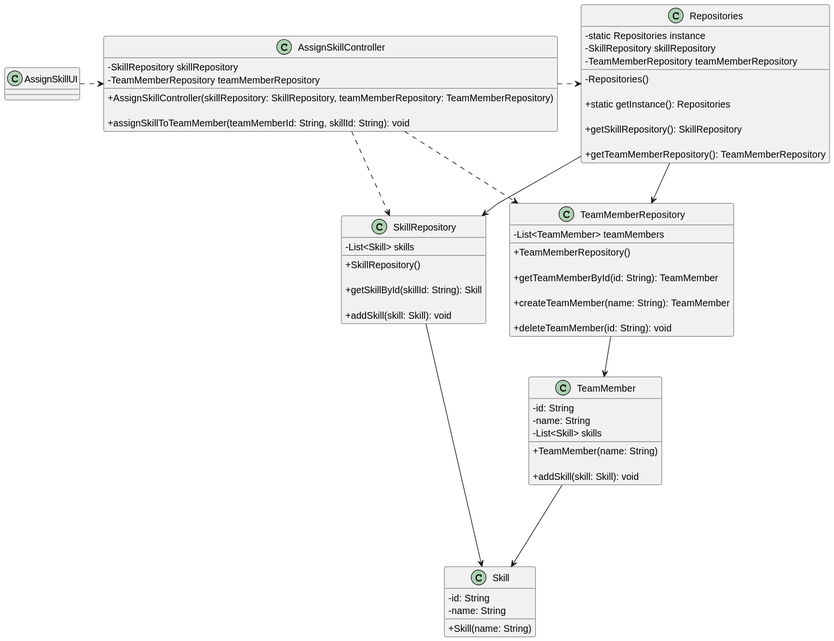
Above: docs/sprintC/us004/03.design/svg/us004-class-diagram.svg in Mendoncaa/LAPR2 (PlantUML), before the change.
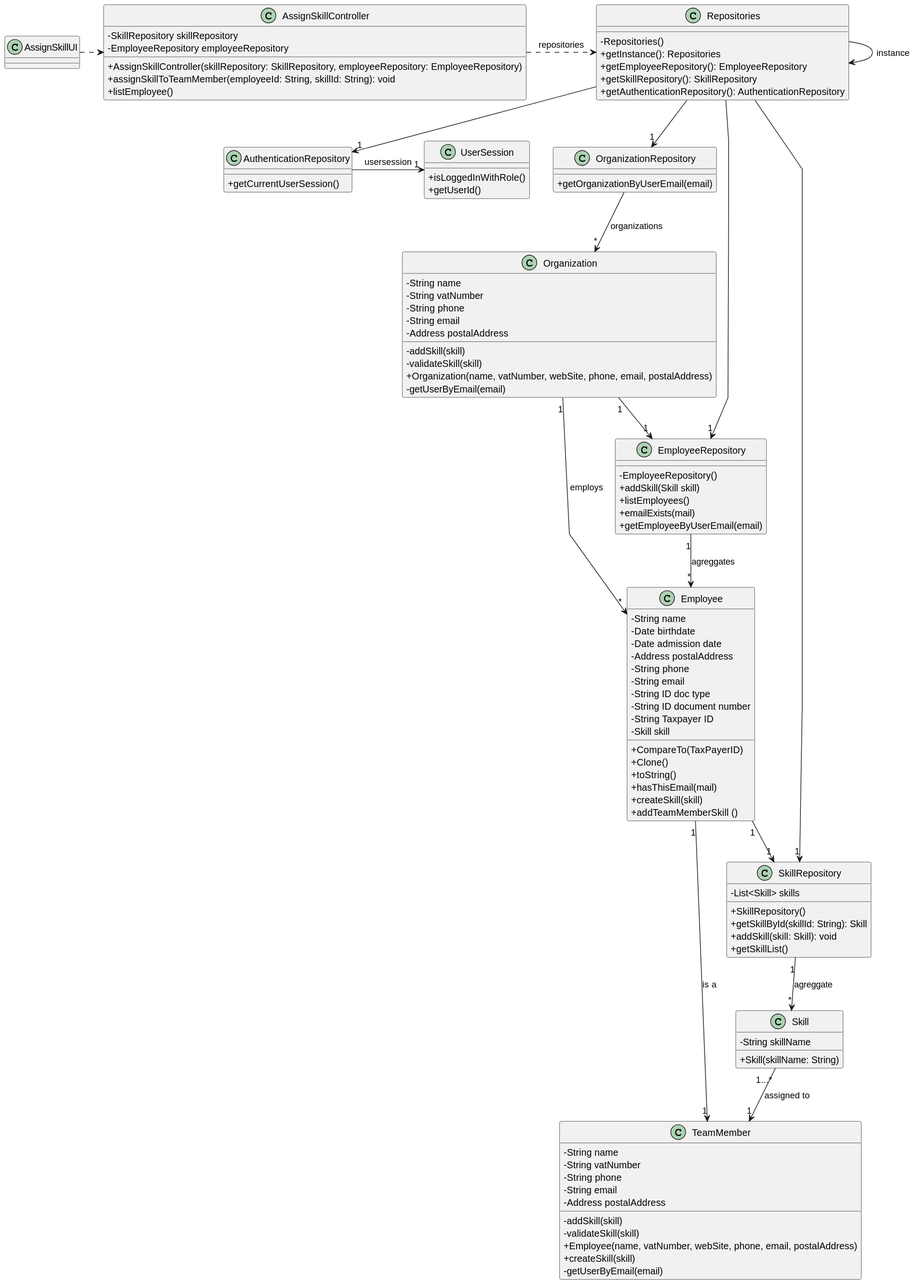
Above is the later version.

Diff of the diagram source:
```diff
@@ -6,78 +6,120 @@
 skinparam classAttributeIconSize 0
 
 
+
 class AssignSkillUI {
 }
 
 class AssignSkillController {
     - SkillRepository skillRepository
-    - TeamMemberRepository teamMemberRepository
-
-    + AssignSkillController(skillRepository: SkillRepository, teamMemberRepository: TeamMemberRepository)
-
-    + assignSkillToTeamMember(teamMemberId: String, skillId: String): void
+    - EmployeeRepository employeeRepository
+    + AssignSkillController(skillRepository: SkillRepository, employeeRepository: EmployeeRepository)
+    + assignSkillToTeamMember(employeeId: String, skillId: String): void
+    +listEmployee()
 }
 
 class Repositories {
-    - static Repositories instance
-    - SkillRepository skillRepository
-    - TeamMemberRepository teamMemberRepository
+    - Repositories()
+    + getInstance(): Repositories
+    + getEmployeeRepository(): EmployeeRepository
+    + getSkillRepository(): SkillRepository
+    + getAuthenticationRepository(): AuthenticationRepository
+}
 
-    - Repositories()
+class OrganizationRepository {
+    + getOrganizationByUserEmail(email)
+}
 
-    + static getInstance(): Repositories
+class Organization {
+    - String name
+    - String vatNumber
+    - String phone
+    - String email
+    - Address postalAddress
+    - addSkill(skill)
+    - validateSkill(skill)
+    + Organization(name, vatNumber, webSite, phone, email, postalAddress)
+    - getUserByEmail(email)
 
-    + getSkillRepository(): SkillRepository
+}
 
-    + getTeamMemberRepository(): TeamMemberRepository
+class AuthenticationRepository {
+    + getCurrentUserSession()
+}
+
+class UserSession {
+    + isLoggedInWithRole()
+    + getUserId()
+}
+
+class Employee {
+    - String name
+    - Date birthdate
+    - Date admission date
+    - Address postalAddress
+    - String phone
+    - String email
+    - String ID doc type
+    - String ID document number
+    - String Taxpayer ID
+    - Skill skill
+    + CompareTo(TaxPayerID)
+    + Clone()
+    + toString()
+    + hasThisEmail(mail)
+    + createSkill(skill)
+    + addTeamMemberSkill ()
+}
+
+class TeamMember {
+    - String name
+    - String vatNumber
+    - String phone
+    - String email
+    - Address postalAddress
+    - addSkill(skill)
+    - validateSkill(skill)
+    + Employee(name, vatNumber, webSite, phone, email, postalAddress)
+    + createSkill(skill)
+    - getUserByEmail(email)
+}
+
+
+class EmployeeRepository {
+    - EmployeeRepository()
+    + addSkill(Skill skill)
+    + listEmployees()
+    + emailExists(mail)
+    + getEmployeeByUserEmail(email)
 }
 
 class SkillRepository {
     - List<Skill> skills
-
     + SkillRepository()
-
     + getSkillById(skillId: String): Skill
-
     + addSkill(skill: Skill): void
-}
-
-class TeamMemberRepository {
-    - List<TeamMember> teamMembers
-
-    + TeamMemberRepository()
-
-    + getTeamMemberById(id: String): TeamMember
-
-    + createTeamMember(name: String): TeamMember
-
-    + deleteTeamMember(id: String): void
-}
-
-class TeamMember {
-    - id: String
-    - name: String
-    - List<Skill> skills
-
-    + TeamMember(name: String)
-
-    + addSkill(skill: Skill): void
+    + getSkillList()
 }
 
 class Skill {
-    - id: String
-    - name: String
-
-    + Skill(name: String)
+    - String skillName
+    + Skill(skillName: String)
 }
 
+Repositories -> Repositories : instance
 AssignSkillUI .> AssignSkillController
-AssignSkillController .> Repositories
-AssignSkillController .> SkillRepository
-AssignSkillController .> TeamMemberRepository
-Repositories --> SkillRepository
-Repositories --> TeamMemberRepository
-SkillRepository --> Skill
-TeamMemberRepository --> TeamMember
-TeamMember ---> Skill
+Repositories --> "1" OrganizationRepository
+OrganizationRepository --> "*" Organization : organizations
+Organization "1" --> "1" EmployeeRepository
+Organization "1" --> "*" Employee : employs
+AssignSkillController .> Repositories : repositories
+Repositories --> "1" AuthenticationRepository
+Repositories --> "1" EmployeeRepository
+Repositories --> "1" SkillRepository
+AuthenticationRepository -> "1" UserSession : usersession
+EmployeeRepository "1" --> "*" Employee : agreggates
+SkillRepository "1" --> "*" Skill : agreggate
+Employee "1"--> "1"TeamMember : is a
+Skill "1...*"--> "1" TeamMember  : assigned to
+Employee "1" --> "1" SkillRepository
 @enduml
```
